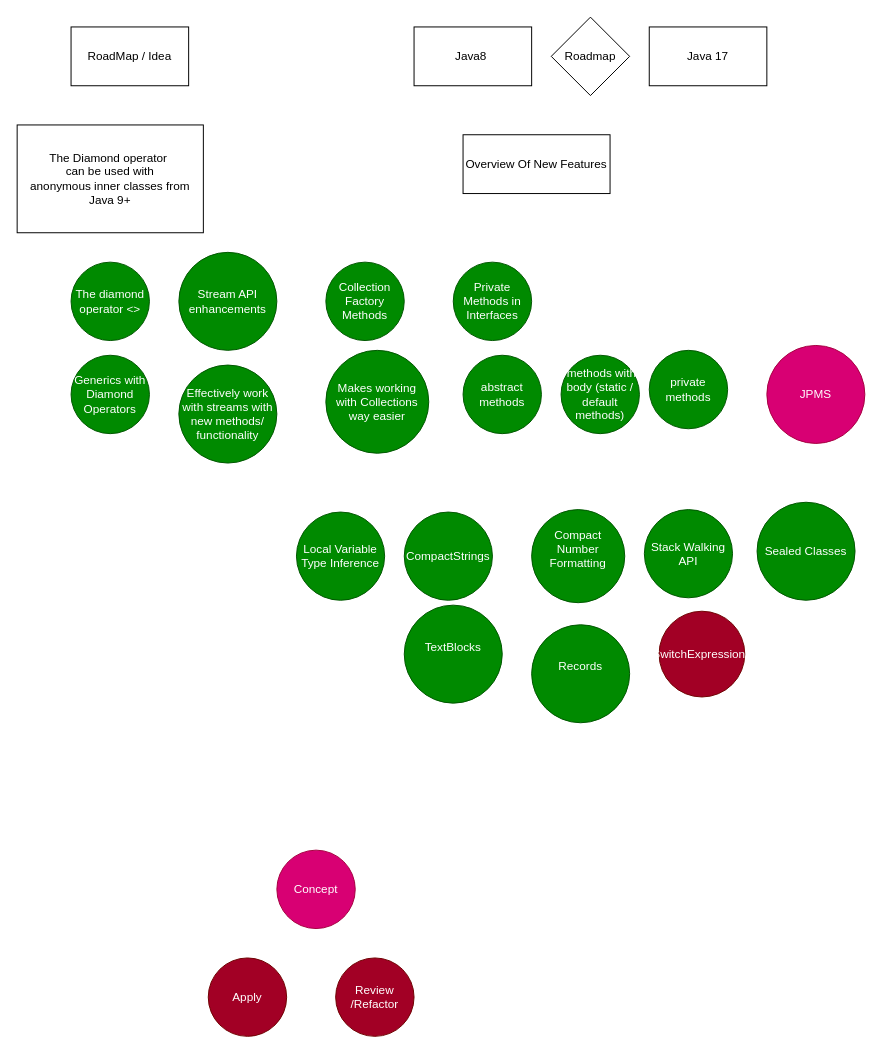
Before: page "Top New Features That I can Explore" (2 of 16) of Diagrams/New Features Java.drawio in THRGLO02MAY2025GIT-HUB/THRGLO02MAY2025GIT-REPO, a draw.io diagram. Source tidied: cells renumbered, new cells numbered last; positions are measured from the earlier drawing's top-left corner, leaving out a move shared by most shapes. Both pictures are drawn from the tidied source at 98%, with x=0, y=0 at pixel (17, 17).
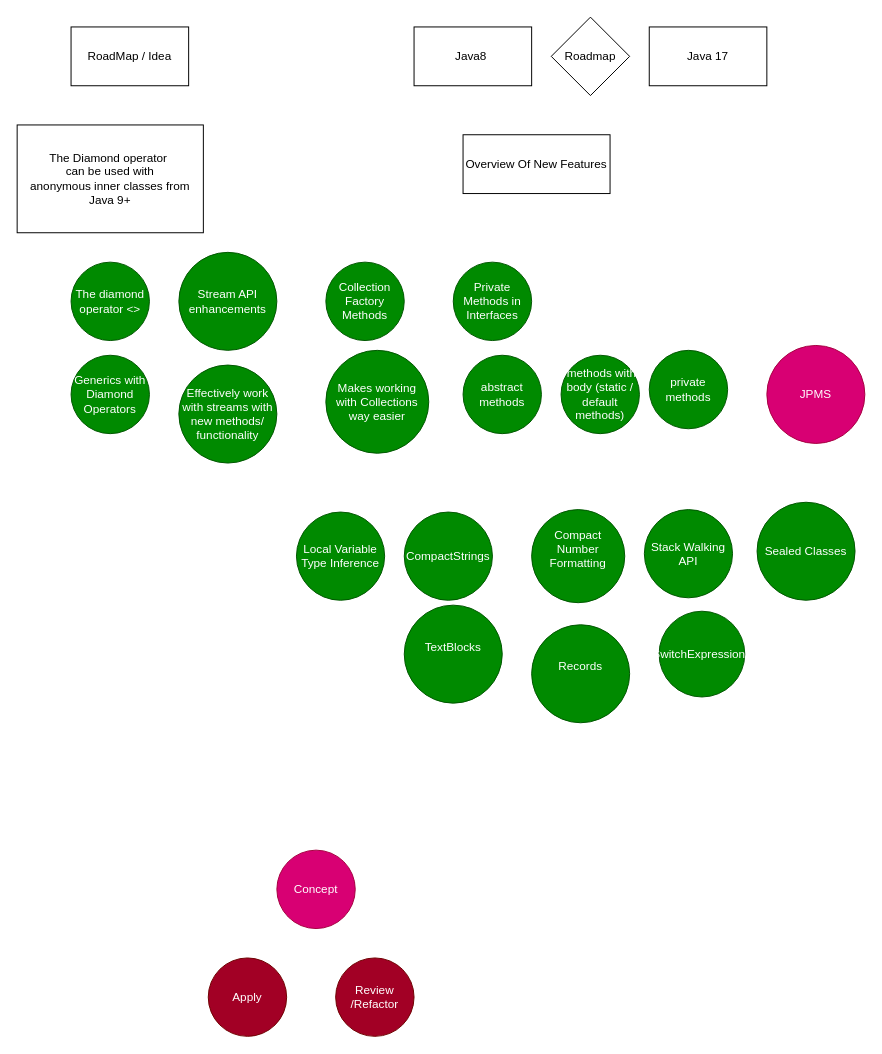
Above is the later version.

Change to the diagram source:
```diff
@@
-    <mxCell id="11" value="SwitchExpressions" style="ellipse;whiteSpace=wrap;html=1;fillColor=#a20025;fontColor=#ffffff;strokeColor=#6F0000;" parent="1" vertex="1">
+    <mxCell id="11" value="SwitchExpressions" style="ellipse;whiteSpace=wrap;html=1;fillColor=#008a00;fontColor=#ffffff;strokeColor=#005700;" parent="1" vertex="1">
       <mxGeometry x="655" y="606.2" width="87.5" height="87.5" as="geometry" />
     </mxCell>
```
